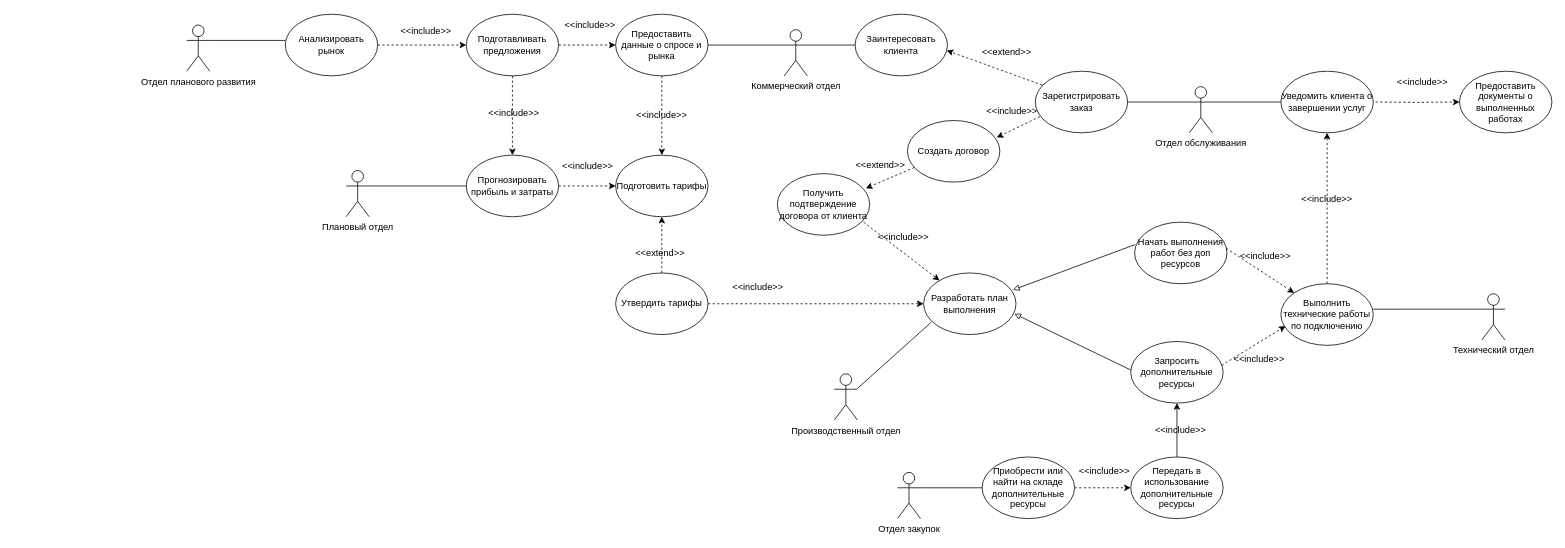
Alexander-Bankov/draw keeps this draw.io diagram as tpiwslab2_2.drawio. Above is the earlier version. Source tidied: cells renumbered, new cells numbered last; positions are measured from the earlier drawing's top-left corner, leaving out a move shared by most shapes. Both pictures are drawn from the tidied source at 77%, with x=0, y=0 at pixel (186, 14).
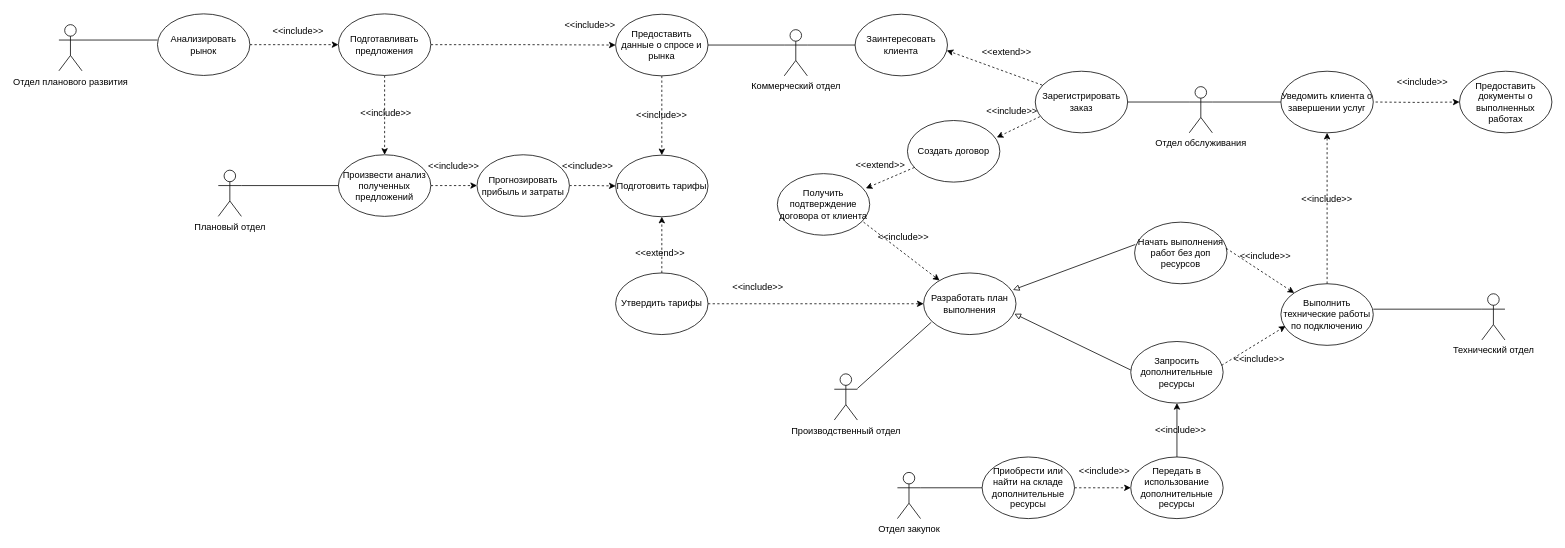
After the change.

The change refers to these unchanged cells:
```xml
<mxCell id="14" value="Подготовить тарифы" style="ellipse;whiteSpace=wrap;html=1;" parent="1" vertex="1">
  <mxGeometry x="557" y="183" width="120" height="80" as="geometry" />
</mxCell>
```

What changed in the source:
```diff
@@
     <mxCell id="2" value="Отдел планового развития" style="shape=umlActor;verticalLabelPosition=bottom;verticalAlign=top;html=1;strokeColor=default;labelPosition=center;align=center;" parent="1" vertex="1">
-      <mxGeometry y="14" width="30" height="60" as="geometry" />
+      <mxGeometry x="-166" y="13.5" width="30" height="60" as="geometry" />
     </mxCell>
     <mxCell id="3" value="Плановый отдел&lt;div&gt;&lt;br&gt;&lt;/div&gt;" style="shape=umlActor;verticalLabelPosition=bottom;verticalAlign=top;html=1;" parent="1" vertex="1">
-      <mxGeometry x="207" y="203" width="30" height="60" as="geometry" />
+      <mxGeometry x="41" y="202.5" width="30" height="60" as="geometry" />
     </mxCell>
@@
     <mxCell id="6" value="Анализировать рынок" style="ellipse;whiteSpace=wrap;html=1;" parent="1" vertex="1">
-      <mxGeometry x="128" width="120" height="80" as="geometry" />
+      <mxGeometry x="-38" y="-0.5" width="120" height="80" as="geometry" />
     </mxCell>
@@
     <mxCell id="9" value="Подготавливать предложения" style="ellipse;whiteSpace=wrap;html=1;" parent="1" vertex="1">
-      <mxGeometry x="363" width="120" height="80" as="geometry" />
+      <mxGeometry x="197" y="-0.5" width="120" height="80" as="geometry" />
     </mxCell>
@@
-    <mxCell id="12" style="edgeStyle=orthogonalEdgeStyle;rounded=0;jettySize=auto;html=1;exitX=1;exitY=0.5;exitDx=0;exitDy=0;dashed=1;" parent="1" edge="1" source="13" target="14">
-      <mxGeometry relative="1" as="geometry" />
-    </mxCell>
+    <mxCell id="72" style="edgeStyle=orthogonalEdgeStyle;rounded=0;jettySize=auto;html=1;exitX=1;exitY=0.5;exitDx=0;exitDy=0;entryX=0;entryY=0.5;entryDx=0;entryDy=0;dashed=1;" parent="1" edge="1" source="13" target="74">
+      <mxGeometry relative="1" as="geometry" />
+    </mxCell>
-    <mxCell id="13" value="Прогнозировать прибыль и затраты" style="ellipse;whiteSpace=wrap;html=1;" parent="1" vertex="1">
-      <mxGeometry x="363" y="183" width="120" height="80" as="geometry" />
+    <mxCell id="13" value="Произвести анализ полученных предложений" style="ellipse;whiteSpace=wrap;html=1;" parent="1" vertex="1">
+      <mxGeometry x="197" y="182.5" width="120" height="80" as="geometry" />
     </mxCell>
@@
     <mxCell id="36" value="&amp;lt;&amp;lt;include&amp;gt;&amp;gt;" style="text;html=1;align=center;verticalAlign=middle;whiteSpace=wrap;rounded=0;" parent="1" vertex="1">
-      <mxGeometry x="281" y="7" width="60" height="30" as="geometry" />
+      <mxGeometry x="115" y="6.5" width="60" height="30" as="geometry" />
     </mxCell>
@@
     <mxCell id="38" value="&amp;lt;&amp;lt;include&amp;gt;&amp;gt;" style="text;html=1;align=center;verticalAlign=middle;whiteSpace=wrap;rounded=0;" parent="1" vertex="1">
-      <mxGeometry x="395" y="114" width="60" height="30" as="geometry" />
+      <mxGeometry x="229" y="113.5" width="60" height="30" as="geometry" />
     </mxCell>
@@
+    <mxCell id="73" style="edgeStyle=orthogonalEdgeStyle;rounded=0;jettySize=auto;html=1;entryX=0;entryY=0.5;entryDx=0;entryDy=0;dashed=1;" parent="1" edge="1" source="74" target="14">
+      <mxGeometry relative="1" as="geometry" />
+    </mxCell>
+    <mxCell id="74" value="Прогнозировать прибыль и затраты" style="ellipse;whiteSpace=wrap;html=1;" parent="1" vertex="1">
+      <mxGeometry x="377" y="182.5" width="120" height="80" as="geometry" />
+    </mxCell>
+    <mxCell id="75" value="&amp;lt;&amp;lt;include&amp;gt;&amp;gt;" style="text;html=1;align=center;verticalAlign=middle;whiteSpace=wrap;rounded=0;" parent="1" vertex="1">
+      <mxGeometry x="317" y="182.5" width="60" height="30" as="geometry" />
+    </mxCell>
```
